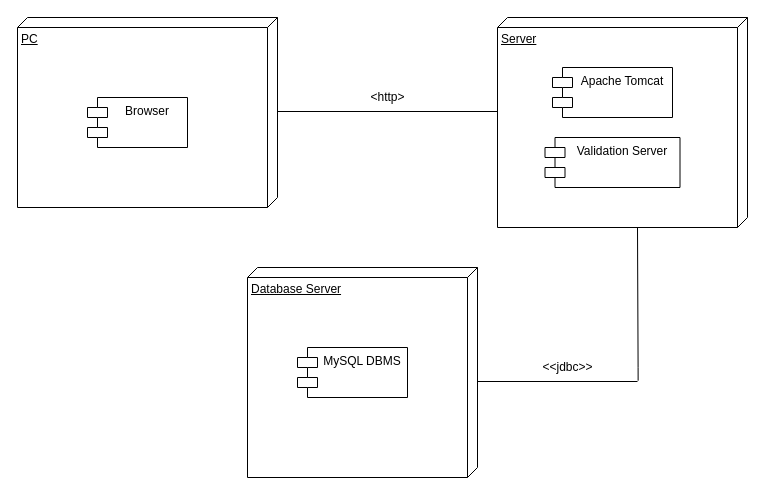
Earlier version of the draw.io diagram Documentazione/Resources/Deployment Diagram.drawio (Alberto-00/EasyPass). Source tidied: cells renumbered, new cells numbered last; positions are measured from the earlier drawing's top-left corner, leaving out a move shared by most shapes. Both pictures are drawn from the tidied source at 100%, with x=0, y=0 at pixel (17, 17).
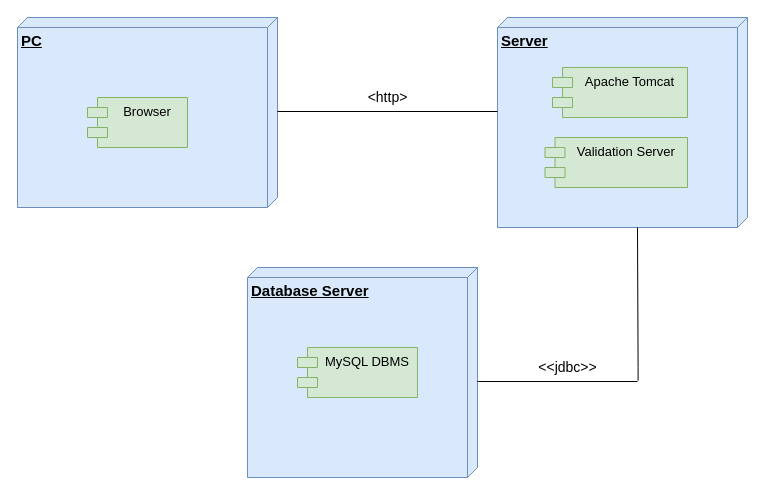
Above is the later version.

The edit, as a diff of the source:
```diff
@@
 <mxGraphModel>
   <root>
     <mxCell id="0" />
     <mxCell id="1" parent="0" />
-    <mxCell id="2" value="Database Server" style="verticalAlign=top;align=left;spacingTop=8;spacingLeft=2;spacingRight=12;shape=cube;size=10;direction=south;fontStyle=4;html=1;" parent="1" vertex="1">
+    <mxCell id="2" value="&lt;font style=&quot;font-size: 15px&quot;&gt;&lt;b&gt;Database Server&lt;/b&gt;&lt;/font&gt;" style="verticalAlign=top;align=left;spacingTop=8;spacingLeft=2;spacingRight=12;shape=cube;size=10;direction=south;fontStyle=4;html=1;fillColor=#dae8fc;strokeColor=#6c8ebf;" parent="1" vertex="1">
       <mxGeometry x="230" y="250" width="230" height="210" as="geometry" />
     </mxCell>
-    <mxCell id="3" value="Server" style="verticalAlign=top;align=left;spacingTop=8;spacingLeft=2;spacingRight=12;shape=cube;size=10;direction=south;fontStyle=4;html=1;" parent="1" vertex="1">
+    <mxCell id="3" value="&lt;font style=&quot;font-size: 15px&quot;&gt;&lt;b&gt;Server&lt;/b&gt;&lt;/font&gt;" style="verticalAlign=top;align=left;spacingTop=8;spacingLeft=2;spacingRight=12;shape=cube;size=10;direction=south;fontStyle=4;html=1;fillColor=#dae8fc;strokeColor=#6c8ebf;" parent="1" vertex="1">
       <mxGeometry x="480" width="250" height="210" as="geometry" />
     </mxCell>
-    <mxCell id="4" value="PC" style="verticalAlign=top;align=left;spacingTop=8;spacingLeft=2;spacingRight=12;shape=cube;size=10;direction=south;fontStyle=4;html=1;" parent="1" vertex="1">
+    <mxCell id="4" value="&lt;b&gt;&lt;font style=&quot;font-size: 15px&quot;&gt;PC&lt;/font&gt;&lt;/b&gt;" style="verticalAlign=top;align=left;spacingTop=8;spacingLeft=2;spacingRight=12;shape=cube;size=10;direction=south;fontStyle=4;html=1;fillColor=#dae8fc;strokeColor=#6c8ebf;" parent="1" vertex="1">
       <mxGeometry width="260" height="190" as="geometry" />
     </mxCell>
-    <mxCell id="5" value="Apache Tomcat" style="shape=module;align=left;spacingLeft=20;align=center;verticalAlign=top;" parent="1" vertex="1">
-      <mxGeometry x="535" y="50" width="120" height="50" as="geometry" />
+    <mxCell id="5" value="Apache Tomcat" style="shape=module;align=left;spacingLeft=20;align=center;verticalAlign=top;fontSize=13;fillColor=#d5e8d4;strokeColor=#82b366;" parent="1" vertex="1">
+      <mxGeometry x="535" y="50" width="135" height="50" as="geometry" />
     </mxCell>
-    <mxCell id="6" value="Browser" style="shape=module;align=left;spacingLeft=20;align=center;verticalAlign=top;" parent="1" vertex="1">
+    <mxCell id="6" value="Browser" style="shape=module;align=left;spacingLeft=20;align=center;verticalAlign=top;fillColor=#d5e8d4;strokeColor=#82b366;fontSize=13;" parent="1" vertex="1">
       <mxGeometry x="70" y="80" width="100" height="50" as="geometry" />
     </mxCell>
-    <mxCell id="7" value="MySQL DBMS" style="shape=module;align=left;spacingLeft=20;align=center;verticalAlign=top;" parent="1" vertex="1">
-      <mxGeometry x="280" y="330" width="110" height="50" as="geometry" />
+    <mxCell id="7" value="MySQL DBMS" style="shape=module;align=left;spacingLeft=20;align=center;verticalAlign=top;fontSize=13;fillColor=#d5e8d4;strokeColor=#82b366;" parent="1" vertex="1">
+      <mxGeometry x="280" y="330" width="120" height="50" as="geometry" />
     </mxCell>
-    <mxCell id="8" value="Validation Server" style="shape=module;align=left;spacingLeft=20;align=center;verticalAlign=top;" parent="1" vertex="1">
-      <mxGeometry x="527.5" y="120" width="135" height="50" as="geometry" />
+    <mxCell id="8" value="Validation Server" style="shape=module;align=left;spacingLeft=20;align=center;verticalAlign=top;fontSize=13;fillColor=#d5e8d4;strokeColor=#82b366;" parent="1" vertex="1">
+      <mxGeometry x="527.5" y="120" width="142.5" height="50" as="geometry" />
     </mxCell>
     <mxCell id="9" style="line;strokeWidth=1;fillColor=none;align=left;verticalAlign=middle;spacingTop=-1;spacingLeft=3;spacingRight=3;labelPosition=right;" parent="1" vertex="1">
       <mxGeometry x="260" y="90" width="220" height="8" as="geometry" />
     </mxCell>
     <mxCell id="10" style="line;strokeWidth=1;fillColor=none;align=left;verticalAlign=middle;spacingTop=-1;spacingLeft=3;spacingRight=3;labelPosition=right;points=[];portConstraint=eastwest;" parent="1" vertex="1">
       <mxGeometry x="460" y="360" width="160" height="8" as="geometry" />
     </mxCell>
     <mxCell id="11" style="endArrow=none;html=1;rounded=0;edgeStyle=orthogonalEdgeStyle;exitX=1.004;exitY=0.4;exitDx=0;exitDy=0;exitPerimeter=0;" parent="1" edge="1" source="10">
       <mxGeometry relative="1" as="geometry">
         <mxPoint x="620" y="210" as="targetPoint" />
         <Array as="points">
           <mxPoint x="621" y="350" />
           <mxPoint x="620" y="350" />
         </Array>
       </mxGeometry>
     </mxCell>
-    <mxCell id="12" value="&amp;lt;&amp;lt;jdbc&amp;gt;&amp;gt;" style="text;html=1;align=center;verticalAlign=middle;strokeColor=none;fillColor=none;" parent="1" vertex="1">
+    <mxCell id="12" value="&lt;font style=&quot;font-size: 14px&quot;&gt;&amp;lt;&amp;lt;jdbc&amp;gt;&amp;gt;&lt;/font&gt;" style="text;html=1;align=center;verticalAlign=middle;strokeColor=none;fillColor=none;" parent="1" vertex="1">
       <mxGeometry x="515" y="340" width="70" height="20" as="geometry" />
     </mxCell>
-    <mxCell id="13" value="&amp;lt;http&amp;gt;" style="text;html=1;align=center;verticalAlign=middle;strokeColor=none;fillColor=none;" parent="1" vertex="1">
-      <mxGeometry x="345" y="70" width="50" height="20" as="geometry" />
+    <mxCell id="13" value="&lt;font style=&quot;font-size: 14px&quot;&gt;&amp;lt;http&amp;gt;&lt;/font&gt;" style="text;html=1;align=center;verticalAlign=middle;strokeColor=none;fillColor=none;" parent="1" vertex="1">
+      <mxGeometry x="340" y="70" width="60" height="20" as="geometry" />
     </mxCell>
   </root>
 </mxGraphModel>
```
